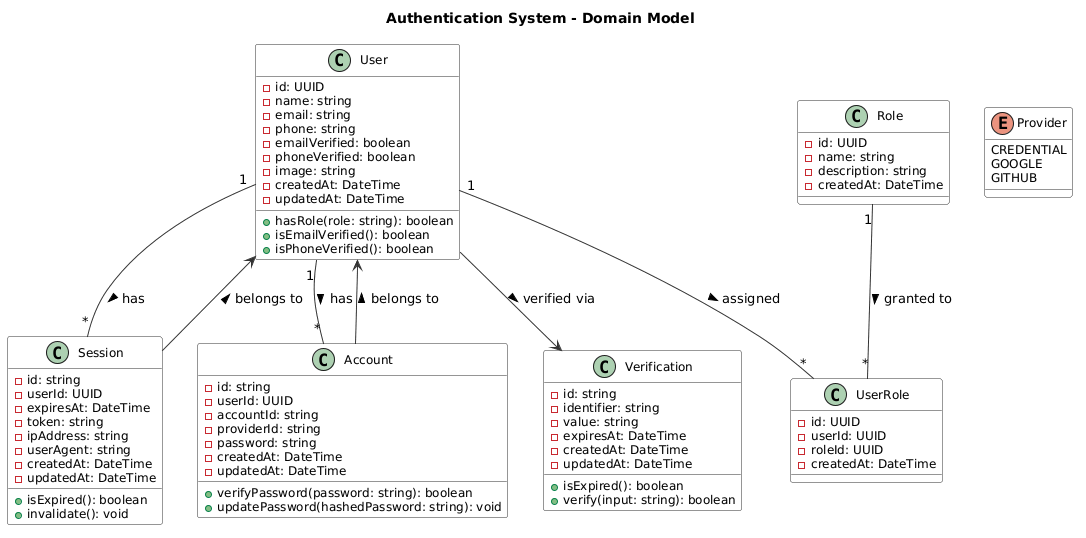
Before: modules/dist/auth/images/class/class-diagram.png, a diagram exported from PlantUML (namnh240795/document).
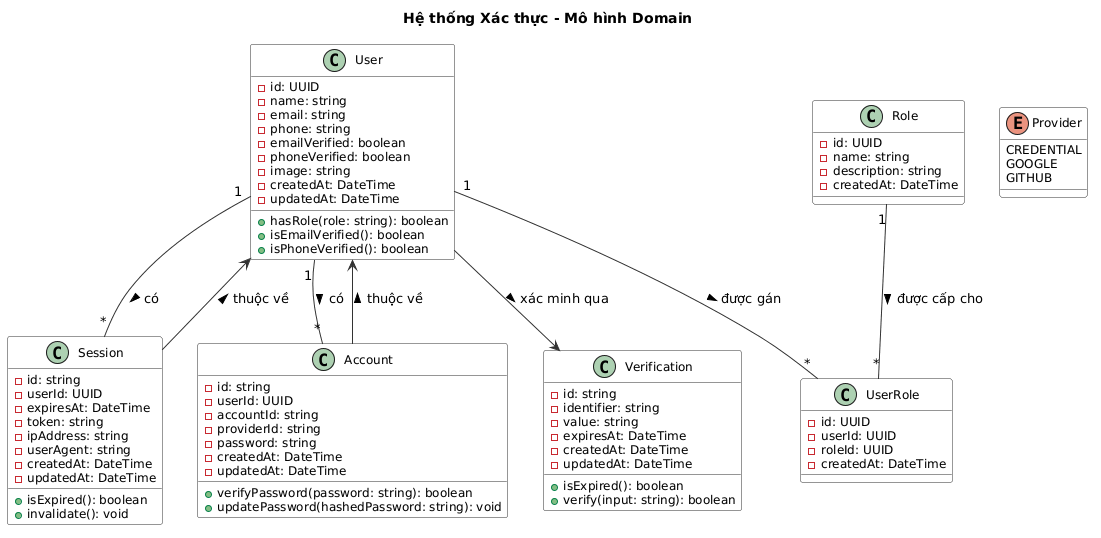
Above is the later version.

Diff of the diagram source:
```diff
@@ -7,7 +7,7 @@
   AttributeFontSize 12
 }
 
-title Authentication System - Domain Model
+title Hệ thống Xác thực - Mô hình Domain
 
 class User {
   - id: UUID
@@ -80,12 +80,12 @@
   GITHUB
 }
 
-User "1" -- "*" Session : has >
-User "1" -- "*" Account : has >
-User "1" -- "*" UserRole : assigned >
-Role "1" -- "*" UserRole : granted to >
-User --> Verification : verified via >
-Session --> User : belongs to >
-Account --> User : belongs to >
+User "1" -- "*" Session : có >
+User "1" -- "*" Account : có >
+User "1" -- "*" UserRole : được gán >
+Role "1" -- "*" UserRole : được cấp cho >
+User --> Verification : xác minh qua >
+Session --> User : thuộc về >
+Account --> User : thuộc về >
 
 @enduml
```
